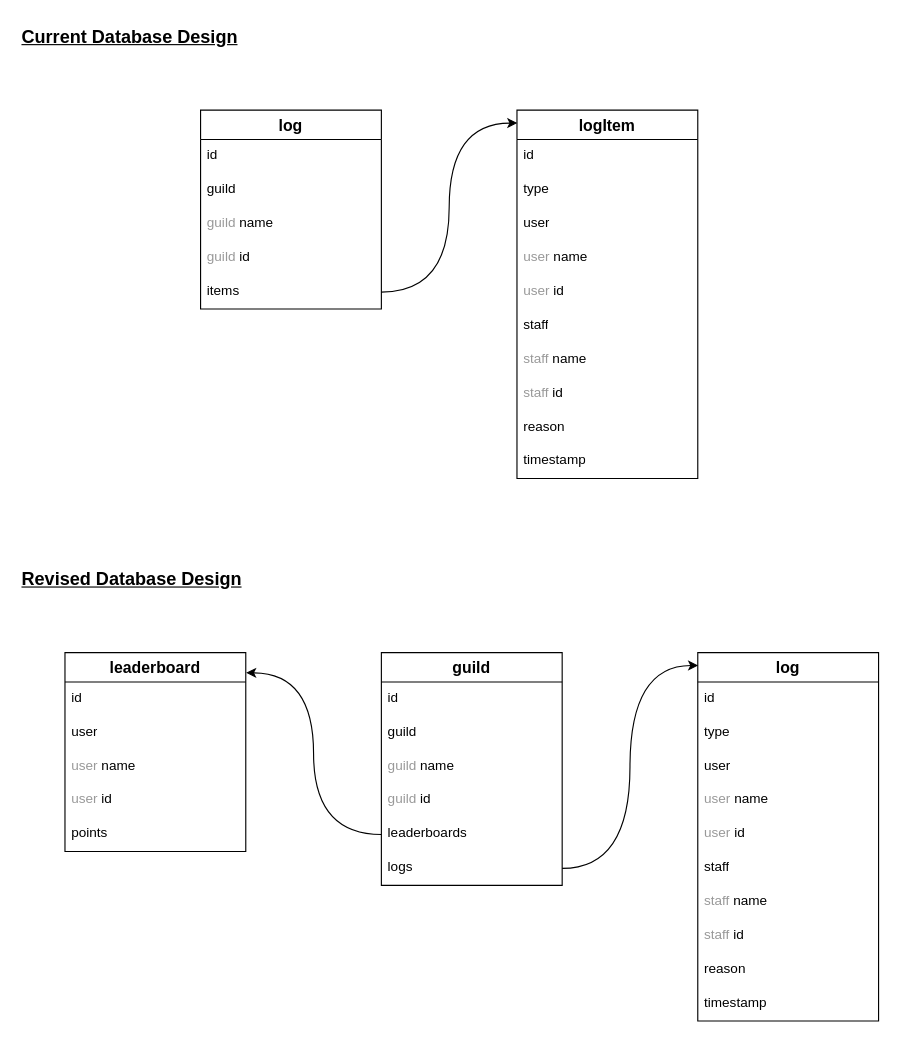
Above: ERD.drawio in yewshanooi/sodium (draw.io), before the change. Source tidied: cells renumbered, new cells numbered last; positions are measured from the earlier drawing's top-left corner, leaving out a move shared by most shapes. Both pictures are drawn from the tidied source at 113%, with x=0, y=0 at pixel (19, 19).
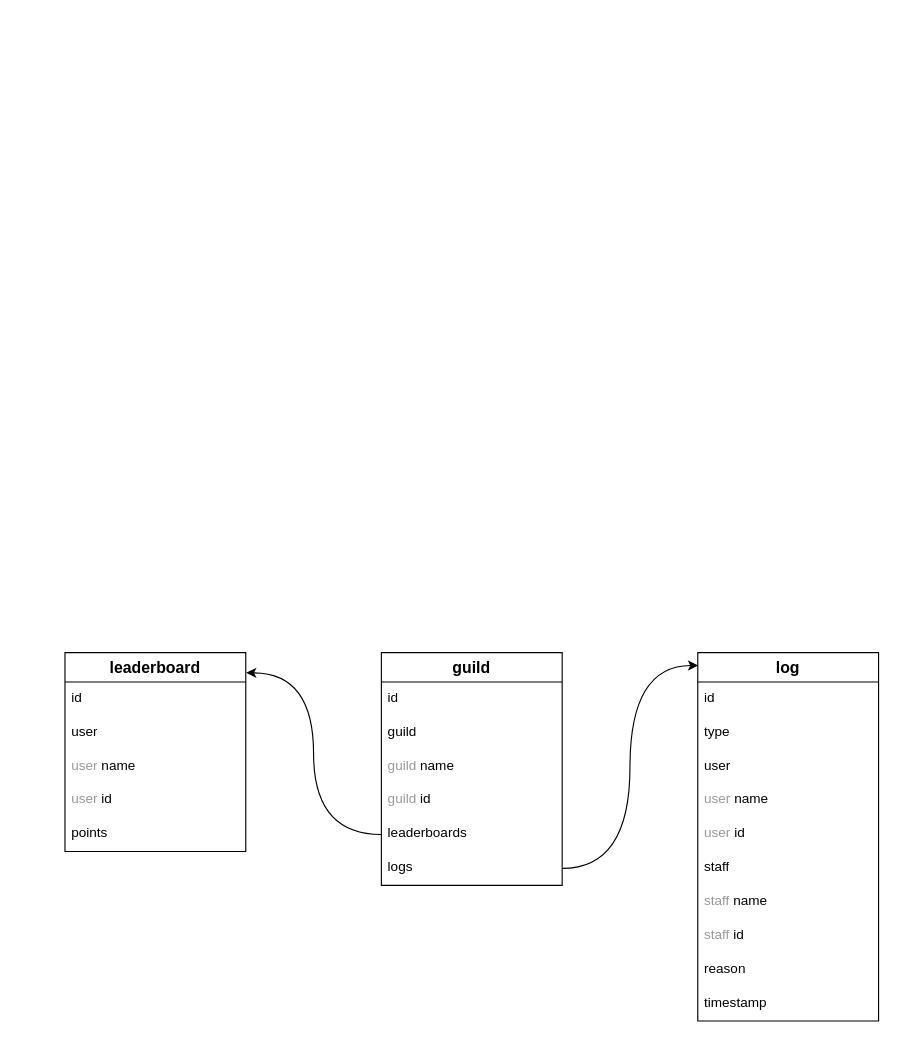
The same page after the edit.

The edit, as a diff of the source:
```diff
@@
-    <mxCell id="2" value="log" style="swimlane;fontStyle=1;horizontal=1;startSize=26;align=center;fontSize=14;" parent="1" vertex="1">
-      <mxGeometry x="160" y="80" width="160" height="176" as="geometry" />
-    </mxCell>
-    <mxCell id="3" value="id" style="text;strokeColor=none;fillColor=none;spacingLeft=4;spacingRight=4;overflow=hidden;fontSize=12;whiteSpace=wrap;html=1;" parent="2" vertex="1">
-      <mxGeometry y="26" width="160" height="30" as="geometry" />
-    </mxCell>
-    <mxCell id="4" value="guild" style="text;strokeColor=none;fillColor=none;spacingLeft=4;spacingRight=4;overflow=hidden;fontSize=12;whiteSpace=wrap;html=1;" parent="2" vertex="1">
-      <mxGeometry y="56" width="160" height="30" as="geometry" />
-    </mxCell>
-    <mxCell id="5" value="&lt;font style=&quot;color: rgb(153, 153, 153);&quot;&gt;guild &lt;/font&gt;name" style="text;strokeColor=none;fillColor=none;spacingLeft=4;spacingRight=4;overflow=hidden;fontSize=12;whiteSpace=wrap;html=1;" parent="2" vertex="1">
-      <mxGeometry y="86" width="160" height="30" as="geometry" />
-    </mxCell>
-    <mxCell id="6" value="&lt;font style=&quot;color: rgb(153, 153, 153);&quot;&gt;guild &lt;/font&gt;id" style="text;strokeColor=none;fillColor=none;spacingLeft=4;spacingRight=4;overflow=hidden;fontSize=12;whiteSpace=wrap;html=1;" parent="2" vertex="1">
-      <mxGeometry y="116" width="160" height="30" as="geometry" />
-    </mxCell>
-    <mxCell id="7" value="items" style="text;strokeColor=none;fillColor=none;spacingLeft=4;spacingRight=4;overflow=hidden;points=[[0,0.5],[1,0.5]];portConstraint=eastwest;fontSize=12;whiteSpace=wrap;html=1;" parent="2" vertex="1">
-      <mxGeometry y="146" width="160" height="30" as="geometry" />
-    </mxCell>
-    <mxCell id="8" value="logItem" style="swimlane;fontStyle=1;horizontal=1;startSize=26;align=center;fontSize=14;" parent="1" vertex="1">
-      <mxGeometry x="440" y="80" width="160" height="326" as="geometry" />
-    </mxCell>
-    <mxCell id="9" value="id" style="text;strokeColor=none;fillColor=none;spacingLeft=4;spacingRight=4;overflow=hidden;fontSize=12;whiteSpace=wrap;html=1;" parent="8" vertex="1">
-      <mxGeometry y="26" width="160" height="30" as="geometry" />
-    </mxCell>
-    <mxCell id="10" value="type" style="text;strokeColor=none;fillColor=none;spacingLeft=4;spacingRight=4;overflow=hidden;fontSize=12;whiteSpace=wrap;html=1;" parent="8" vertex="1">
-      <mxGeometry y="56" width="160" height="30" as="geometry" />
-    </mxCell>
-    <mxCell id="11" value="user" style="text;strokeColor=none;fillColor=none;spacingLeft=4;spacingRight=4;overflow=hidden;fontSize=12;whiteSpace=wrap;html=1;" parent="8" vertex="1">
-      <mxGeometry y="86" width="160" height="30" as="geometry" />
-    </mxCell>
-    <mxCell id="12" value="&lt;font style=&quot;color: rgb(153, 153, 153);&quot;&gt;user &lt;/font&gt;name" style="text;strokeColor=none;fillColor=none;spacingLeft=4;spacingRight=4;overflow=hidden;fontSize=12;whiteSpace=wrap;html=1;" parent="8" vertex="1">
-      <mxGeometry y="116" width="160" height="30" as="geometry" />
-    </mxCell>
-    <mxCell id="13" value="&lt;font style=&quot;color: rgb(153, 153, 153);&quot;&gt;user &lt;/font&gt;id" style="text;strokeColor=none;fillColor=none;spacingLeft=4;spacingRight=4;overflow=hidden;fontSize=12;whiteSpace=wrap;html=1;" parent="8" vertex="1">
-      <mxGeometry y="146" width="160" height="30" as="geometry" />
-    </mxCell>
-    <mxCell id="14" value="staff" style="text;strokeColor=none;fillColor=none;spacingLeft=4;spacingRight=4;overflow=hidden;fontSize=12;whiteSpace=wrap;html=1;" parent="8" vertex="1">
-      <mxGeometry y="176" width="160" height="30" as="geometry" />
-    </mxCell>
-    <mxCell id="15" value="&lt;font style=&quot;color: rgb(153, 153, 153);&quot;&gt;staff &lt;/font&gt;name" style="text;strokeColor=none;fillColor=none;spacingLeft=4;spacingRight=4;overflow=hidden;fontSize=12;whiteSpace=wrap;html=1;" parent="8" vertex="1">
-      <mxGeometry y="206" width="160" height="30" as="geometry" />
-    </mxCell>
-    <mxCell id="16" value="&lt;font style=&quot;color: rgb(153, 153, 153);&quot;&gt;staff &lt;/font&gt;id" style="text;strokeColor=none;fillColor=none;spacingLeft=4;spacingRight=4;overflow=hidden;fontSize=12;whiteSpace=wrap;html=1;" parent="8" vertex="1">
-      <mxGeometry y="236" width="160" height="30" as="geometry" />
-    </mxCell>
-    <mxCell id="17" value="reason" style="text;strokeColor=none;fillColor=none;spacingLeft=4;spacingRight=4;overflow=hidden;fontSize=12;whiteSpace=wrap;html=1;" parent="8" vertex="1">
-      <mxGeometry y="266" width="160" height="30" as="geometry" />
-    </mxCell>
-    <mxCell id="18" value="timestamp" style="text;strokeColor=none;fillColor=none;spacingLeft=4;spacingRight=4;overflow=hidden;fontSize=12;whiteSpace=wrap;html=1;" parent="8" vertex="1">
-      <mxGeometry y="296" width="160" height="30" as="geometry" />
-    </mxCell>
-    <mxCell id="19" style="edgeStyle=orthogonalEdgeStyle;html=1;exitX=1;exitY=0.5;exitDx=0;exitDy=0;entryX=0.002;entryY=0.035;entryDx=0;entryDy=0;entryPerimeter=0;curved=1;" parent="1" edge="1" source="7" target="8">
-      <mxGeometry relative="1" as="geometry" />
-    </mxCell>
@@
-    <mxCell id="45" value="Current Database Design" style="text;html=1;align=left;verticalAlign=middle;whiteSpace=wrap;rounded=0;fontStyle=5;fontSize=16;" parent="1" vertex="1">
-      <mxGeometry width="200" height="30" as="geometry" />
-    </mxCell>
-    <mxCell id="46" value="Revised Database Design" style="text;html=1;align=left;verticalAlign=middle;whiteSpace=wrap;rounded=0;fontStyle=5;fontSize=16;" parent="1" vertex="1">
-      <mxGeometry y="480" width="200" height="30" as="geometry" />
-    </mxCell>
```
